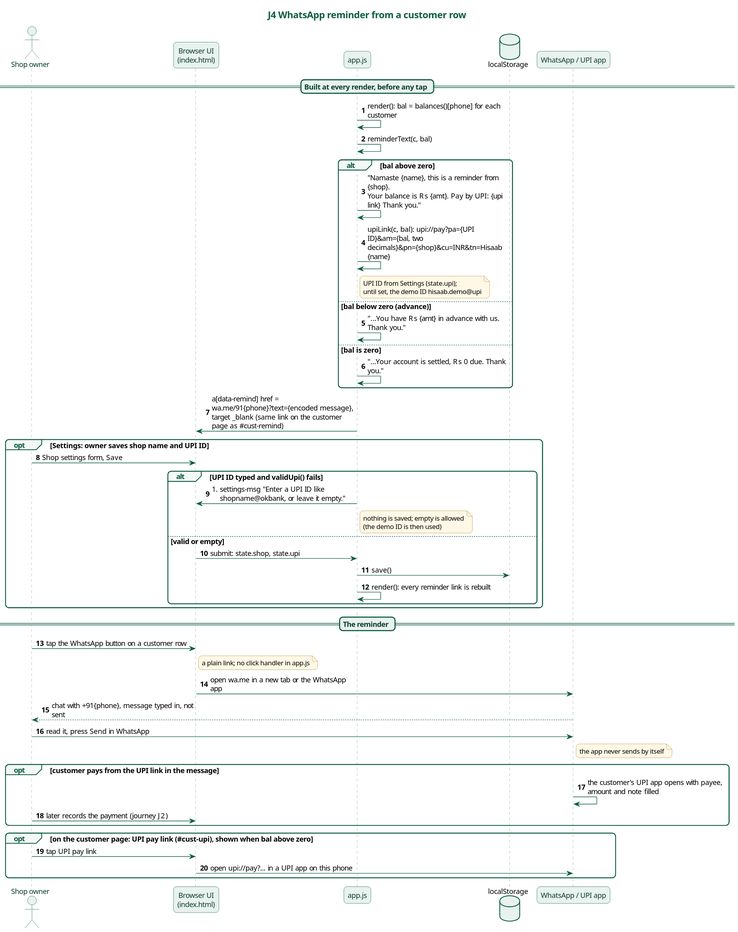
Above: docs/diagrams/j4-whatsapp-reminder.svg in karwasanjay007/hisaab-docs (PlantUML), before the change.
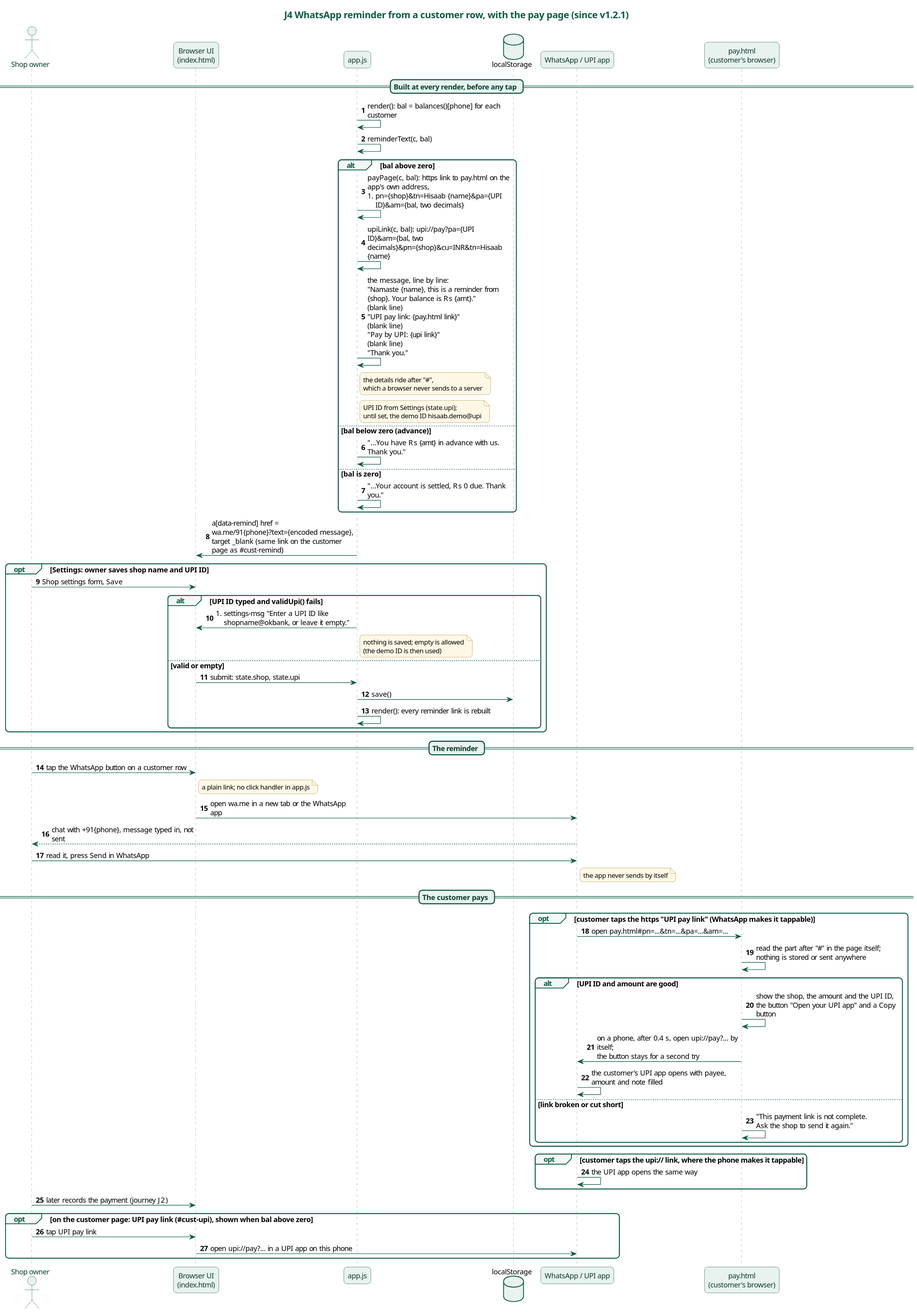
The same file after the commit.

Change to the diagram source:
```diff
@@ -1,5 +1,5 @@
 @startuml
-title J4 WhatsApp reminder from a customer row
+title J4 WhatsApp reminder from a customer row, with the pay page (since v1.2.1)
 skinparam backgroundColor white
 skinparam defaultFontName "Noto Sans"
 skinparam defaultFontSize 13
@@ -42,13 +42,16 @@
 participant "app.js" as App
 database "localStorage" as LS
 participant "WhatsApp / UPI app" as WA
+participant "pay.html\n(customer's browser)" as Pay
 autonumber
 == Built at every render, before any tap ==
 App -> App : render(): bal = balances()[phone] for each customer
 App -> App : reminderText(c, bal)
 alt bal above zero
-  App -> App : "Namaste {name}, this is a reminder from {shop}.\nYour balance is Rs {amt}. Pay by UPI: {upi link} Thank you."
+  App -> App : payPage(c, bal): https link to pay.html on the app's own address,\n#pn={shop}&tn=Hisaab {name}&pa={UPI ID}&am={bal, two decimals}
   App -> App : upiLink(c, bal): upi:~//pay?pa={UPI ID}&am={bal, two decimals}&pn={shop}&cu=INR&tn=Hisaab {name}
+  App -> App : the message, line by line:\n"Namaste {name}, this is a reminder from {shop}. Your balance is Rs {amt}."\n(blank line)\n"UPI pay link: {pay.html link}"\n(blank line)\n"Pay by UPI: {upi link}"\n(blank line)\n"Thank you."
+  note right of App : the details ride after "#",\nwhich a browser never sends to a server
   note right of App : UPI ID from Settings (state.upi);\nuntil set, the demo ID hisaab.demo@upi
 else bal below zero (advance)
   App -> App : "...You have Rs {amt} in advance with us. Thank you."
@@ -74,10 +77,22 @@
 WA --> Owner : chat with +91{phone}, message typed in, not sent
 Owner -> WA : read it, press Send in WhatsApp
 note right of WA : the app never sends by itself
-opt customer pays from the UPI link in the message
-  WA -> WA : the customer's UPI app opens with payee, amount and note filled
-  Owner -> UI : later records the payment (journey J2)
+== The customer pays ==
+opt customer taps the https "UPI pay link" (WhatsApp makes it tappable)
+  WA -> Pay : open pay.html#pn=...&tn=...&pa=...&am=...
+  Pay -> Pay : read the part after "#" in the page itself;\nnothing is stored or sent anywhere
+  alt UPI ID and amount are good
+    Pay -> Pay : show the shop, the amount and the UPI ID,\nthe button "Open your UPI app" and a Copy button
+    Pay -> WA : on a phone, after 0.4 s, open upi:~//pay?... by itself;\nthe button stays for a second try
+    WA -> WA : the customer's UPI app opens with payee, amount and note filled
+  else link broken or cut short
+    Pay -> Pay : "This payment link is not complete.\nAsk the shop to send it again."
+  end
 end
+opt customer taps the upi:~// link, where the phone makes it tappable
+  WA -> WA : the UPI app opens the same way
+end
+Owner -> UI : later records the payment (journey J2)
 opt on the customer page: UPI pay link (#cust-upi), shown when bal above zero
   Owner -> UI : tap UPI pay link
   UI -> WA : open upi:~//pay?... in a UPI app on this phone
```
